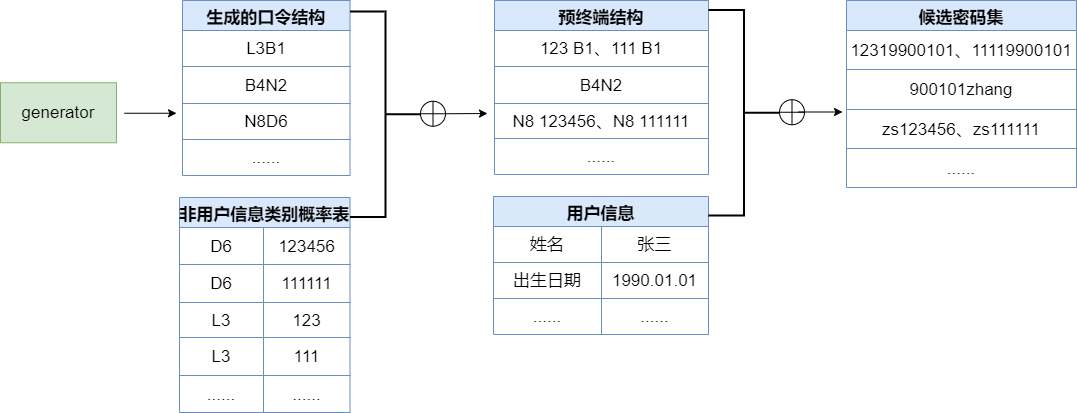
Above: seqgan-fill.drawio.png in lakomi/pictures (draw.io), before the change. Source tidied: cells renumbered, new cells last; positions are measured from the earlier drawing's top-left corner, leaving out a move shared by most shapes.
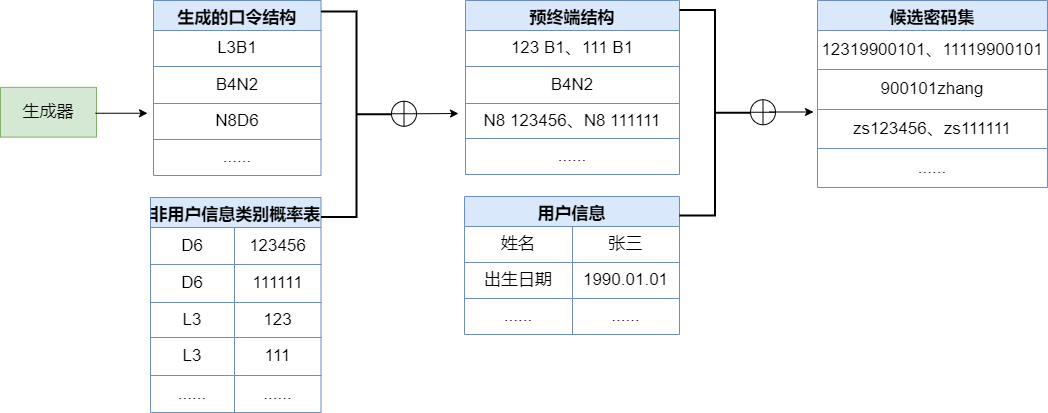
After the change.

Change to the diagram source:
```diff
@@ -2,8 +2,8 @@
   <root>
     <mxCell id="0" />
     <mxCell id="1" parent="0" />
-    <mxCell id="2" value="generator" style="rounded=0;whiteSpace=wrap;html=1;fontSize=17;strokeWidth=1;fillColor=#d5e8d4;strokeColor=#82b366;" parent="1" vertex="1">
-      <mxGeometry y="82.2" width="116" height="60" as="geometry" />
+    <mxCell id="2" value="生成器" style="rounded=0;whiteSpace=wrap;html=1;fontSize=17;strokeWidth=1;fillColor=#d5e8d4;strokeColor=#82b366;" parent="1" vertex="1">
+      <mxGeometry x="29" y="86.9" width="96" height="49.8" as="geometry" />
     </mxCell>
     <mxCell id="3" value="生成的口令结构" style="shape=table;startSize=30;fontStyle=1;align=center;fontSize=17;strokeWidth=1;fillColor=#dae8fc;strokeColor=#6c8ebf;" parent="1" vertex="1">
       <mxGeometry x="182" width="167.5" height="175" as="geometry" />
```
